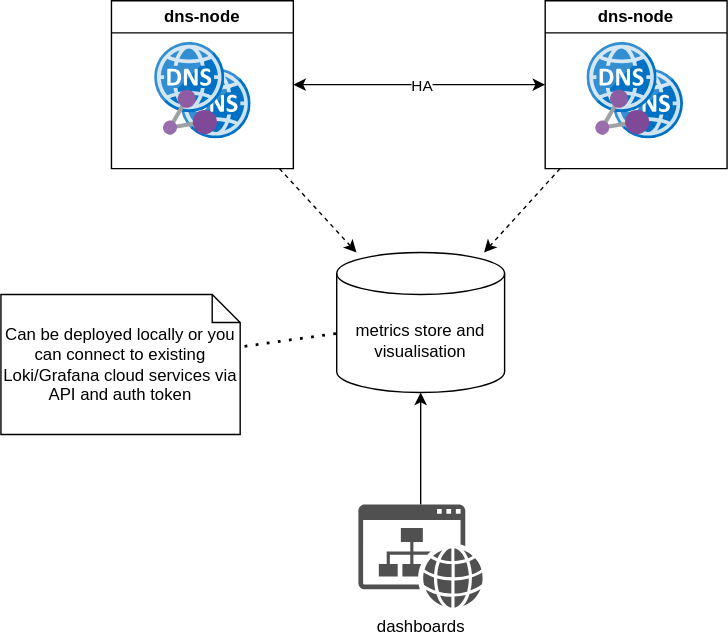
The draw.io diagram .files/ha-sinkhole-architecture-overview.drawio.svg in davison/ha-sinkhole, before a commit. Source tidied: cells renumbered, new cells last; positions are measured from the earlier drawing's top-left corner, leaving out a move shared by most shapes.
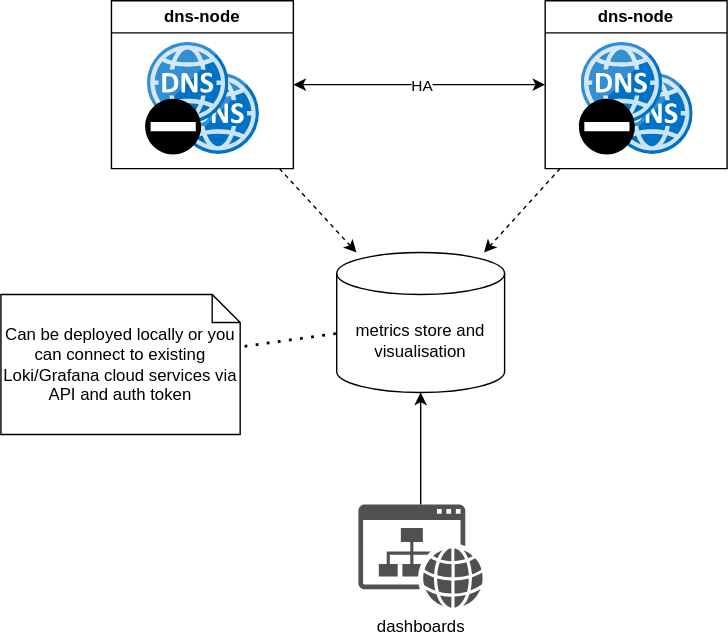
The same diagram one commit later.

What changed in the source:
```diff
@@ -5,33 +5,45 @@
     <mxCell id="2" value="dns-node" style="swimlane;whiteSpace=wrap;html=1;" parent="1" vertex="1">
       <mxGeometry x="79" width="130" height="120" as="geometry" />
     </mxCell>
-    <mxCell id="3" style="group;" parent="2" vertex="1">
-      <mxGeometry x="31" y="30" width="69" height="80" as="geometry" />
-    </mxCell>
-    <mxCell id="4" style="image;sketch=0;html=1;align=center;fontSize=12;image=img/lib/mscae/DNS.svg;" parent="3" vertex="1">
-      <mxGeometry x="18.8" y="18.8" width="50.2" height="50.2" as="geometry" />
-    </mxCell>
-    <mxCell id="5" style="image;sketch=0;html=1;align=center;fontSize=12;image=img/lib/mscae/DNS.svg;" parent="3" vertex="1">
-      <mxGeometry width="50.2" height="50.2" as="geometry" />
-    </mxCell>
-    <mxCell id="6" style="image;sketch=0;html=1;align=center;fontSize=12;image=img/lib/mscae/Resource_Graph_Explorer.svg;rotation=-60;" parent="3" vertex="1">
-      <mxGeometry x="9.4" y="37.6" width="35.3" height="36.1" as="geometry" />
-    </mxCell>
+    <mxCell id="21" style="group;" parent="2" vertex="1">
+      <mxGeometry x="24.1" y="30" width="81.8" height="80" as="geometry" />
+    </mxCell>
+    <mxCell id="22" style="image;sketch=0;html=1;align=center;fontSize=12;image=img/lib/mscae/DNS.svg;" parent="21" vertex="1">
+      <mxGeometry x="23.6" y="21.8" width="58.2" height="58.2" as="geometry" />
+    </mxCell>
+    <mxCell id="23" style="image;sketch=0;html=1;align=center;fontSize=12;image=img/lib/mscae/DNS.svg;" parent="21" vertex="1">
+      <mxGeometry x="1.8" width="58.2" height="58.2" as="geometry" />
+    </mxCell>
+    <mxCell id="24" style="group;" parent="21" vertex="1">
+      <mxGeometry y="40" width="40" height="40" as="geometry" />
+    </mxCell>
+    <mxCell id="25" style="rounded=0;whiteSpace=wrap;html=1;fillColor=light-dark(#FFFFFF,#FFFFFF);" parent="24" vertex="1">
+      <mxGeometry x="2.2" y="13.9" width="35.6" height="12.3" as="geometry" />
+    </mxCell>
+    <mxCell id="26" style="shape=mxgraph.signs.safety.no_entry;html=1;fillColor=light-dark(#000000,#FF0000);strokeColor=none;verticalLabelPosition=bottom;verticalAlign=top;align=center;" parent="24" vertex="1">
+      <mxGeometry width="40" height="40" as="geometry" />
+    </mxCell>
     <mxCell id="7" value="dns-node" style="swimlane;whiteSpace=wrap;html=1;" parent="1" vertex="1">
       <mxGeometry x="389" width="130" height="120" as="geometry" />
     </mxCell>
-    <mxCell id="8" style="group;" parent="7" vertex="1">
-      <mxGeometry x="30" y="30" width="69" height="80" as="geometry" />
-    </mxCell>
-    <mxCell id="9" style="image;sketch=0;html=1;align=center;fontSize=12;image=img/lib/mscae/DNS.svg;" parent="8" vertex="1">
-      <mxGeometry x="18.8" y="18.8" width="50.2" height="50.2" as="geometry" />
-    </mxCell>
-    <mxCell id="10" style="image;sketch=0;html=1;align=center;fontSize=12;image=img/lib/mscae/DNS.svg;" parent="8" vertex="1">
-      <mxGeometry width="50.2" height="50.2" as="geometry" />
-    </mxCell>
-    <mxCell id="11" style="image;sketch=0;html=1;align=center;fontSize=12;image=img/lib/mscae/Resource_Graph_Explorer.svg;rotation=-60;" parent="8" vertex="1">
-      <mxGeometry x="9.4" y="37.6" width="35.3" height="36.1" as="geometry" />
-    </mxCell>
+    <mxCell id="27" style="group;" parent="7" vertex="1">
+      <mxGeometry x="24.1" y="30" width="81.8" height="80" as="geometry" />
+    </mxCell>
+    <mxCell id="28" style="image;sketch=0;html=1;align=center;fontSize=12;image=img/lib/mscae/DNS.svg;" parent="27" vertex="1">
+      <mxGeometry x="23.6" y="21.8" width="58.2" height="58.2" as="geometry" />
+    </mxCell>
+    <mxCell id="29" style="image;sketch=0;html=1;align=center;fontSize=12;image=img/lib/mscae/DNS.svg;" parent="27" vertex="1">
+      <mxGeometry x="1.8" width="58.2" height="58.2" as="geometry" />
+    </mxCell>
+    <mxCell id="30" style="group;" parent="27" vertex="1">
+      <mxGeometry y="40" width="40" height="40" as="geometry" />
+    </mxCell>
+    <mxCell id="31" style="rounded=0;whiteSpace=wrap;html=1;fillColor=light-dark(#FFFFFF,#FFFFFF);" parent="30" vertex="1">
+      <mxGeometry x="2.2" y="13.9" width="35.6" height="12.3" as="geometry" />
+    </mxCell>
+    <mxCell id="32" style="shape=mxgraph.signs.safety.no_entry;html=1;fillColor=light-dark(#000000,#FF0000);strokeColor=none;verticalLabelPosition=bottom;verticalAlign=top;align=center;" parent="30" vertex="1">
+      <mxGeometry width="40" height="40" as="geometry" />
+    </mxCell>
     <mxCell id="12" style="endArrow=classic;startArrow=classic;html=1;rounded=0;" parent="1" edge="1" source="2" target="7">
       <mxGeometry relative="1" as="geometry" />
     </mxCell>
```
